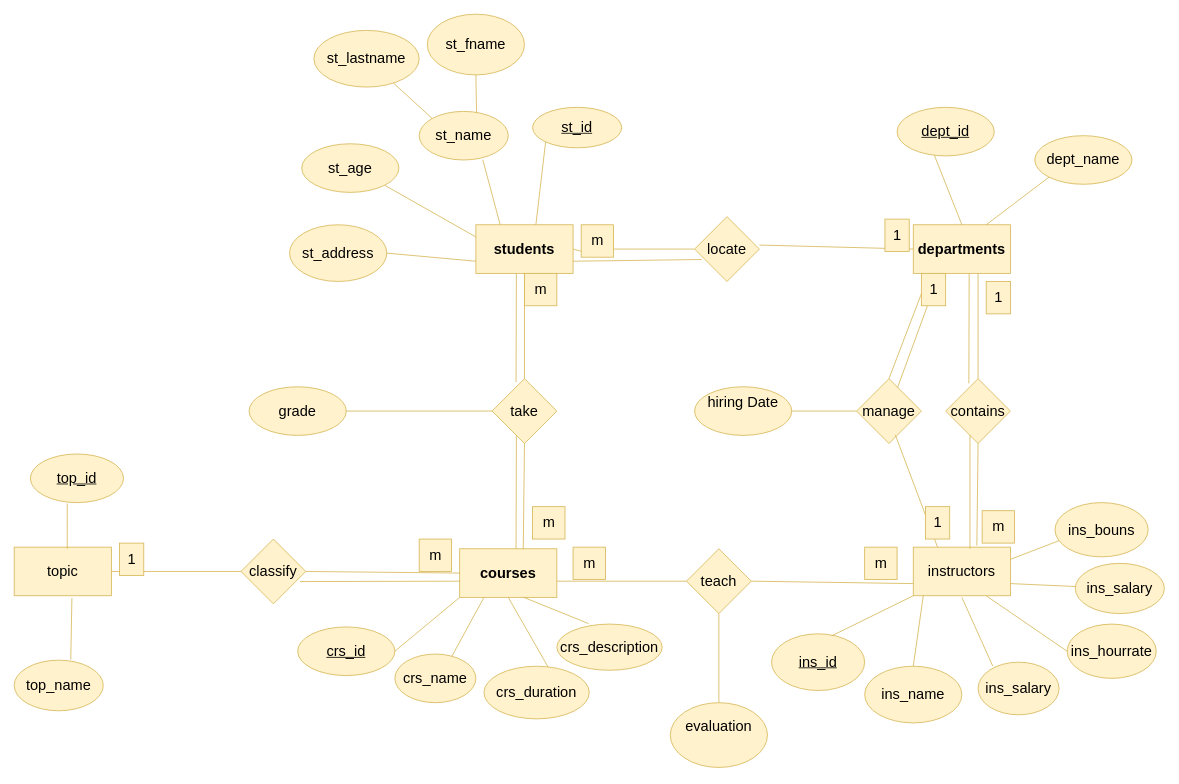
ArwaAlaa1/Back-End keeps this draw.io diagram as ITI/ITI.drawio. Above is the earlier version. Source tidied: cells renumbered, new cells numbered last; positions are measured from the earlier drawing's top-left corner, leaving out a move shared by most shapes. Both pictures are drawn from the tidied source at 81%, with x=0, y=0 at pixel (14, 14).
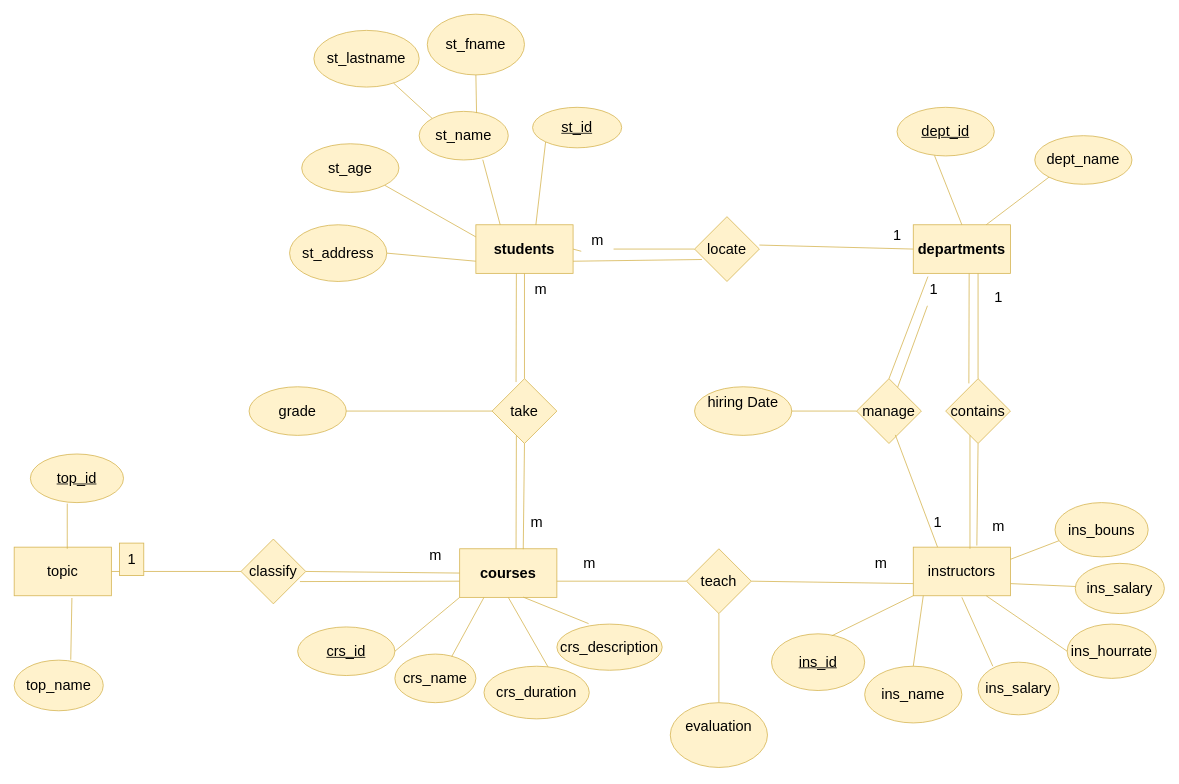
After the change.

Diff of the diagram source:
```diff
@@
-    <mxCell id="32" value="m" style="text;html=1;align=center;verticalAlign=middle;strokeColor=#d6b656;fillColor=#fff2cc;fontSize=18;" parent="1" vertex="1">
-      <mxGeometry x="640" y="608" width="40" height="40" as="geometry" />
+    <mxCell id="32" value="m" style="text;html=1;align=center;verticalAlign=middle;fontSize=18;" parent="1" vertex="1">
+      <mxGeometry x="625" y="608" width="40" height="40" as="geometry" />
     </mxCell>
-    <mxCell id="33" value="m" style="text;html=1;align=center;verticalAlign=middle;strokeColor=#d6b656;fillColor=#fff2cc;fontSize=18;" parent="1" vertex="1">
+    <mxCell id="33" value="m" style="text;html=1;align=center;verticalAlign=middle;fontSize=18;" parent="1" vertex="1">
       <mxGeometry x="630" y="320" width="40" height="40" as="geometry" />
     </mxCell>
@@
-    <mxCell id="52" value="m" style="text;html=1;align=center;verticalAlign=middle;strokeColor=#d6b656;fillColor=#fff2cc;fontSize=18;" parent="1" vertex="1">
+    <mxCell id="52" value="m" style="text;html=1;align=center;verticalAlign=middle;fontSize=18;" parent="1" vertex="1">
       <mxGeometry x="1195" y="613" width="40" height="40" as="geometry" />
     </mxCell>
-    <mxCell id="53" value="1" style="text;html=1;align=center;verticalAlign=middle;strokeColor=#d6b656;fillColor=#fff2cc;fontSize=18;" parent="1" vertex="1">
+    <mxCell id="53" value="1" style="text;html=1;align=center;verticalAlign=middle;fontSize=18;" parent="1" vertex="1">
       <mxGeometry x="1200" y="330" width="30" height="40" as="geometry" />
     </mxCell>
@@
-    <mxCell id="57" value="m" style="text;html=1;align=center;verticalAlign=middle;strokeColor=#d6b656;fillColor=#fff2cc;fontSize=18;" parent="1" vertex="1">
+    <mxCell id="57" value="m" style="text;html=1;align=center;verticalAlign=middle;fontSize=18;" parent="1" vertex="1">
       <mxGeometry x="690" y="658" width="40" height="40" as="geometry" />
     </mxCell>
-    <mxCell id="58" value="m" style="text;html=1;align=center;verticalAlign=middle;strokeColor=#d6b656;fillColor=#fff2cc;fontSize=18;direction=south;" parent="1" vertex="1">
+    <mxCell id="58" value="m" style="text;html=1;align=center;verticalAlign=middle;fontSize=18;direction=south;" parent="1" vertex="1">
       <mxGeometry x="1050" y="658" width="40" height="40" as="geometry" />
     </mxCell>
@@
-    <mxCell id="70" value="m" style="text;html=1;align=center;verticalAlign=middle;strokeColor=#d6b656;fillColor=#fff2cc;fontSize=18;" parent="1" vertex="1">
+    <mxCell id="70" value="m" style="text;html=1;align=center;verticalAlign=middle;fontSize=18;" parent="1" vertex="1">
       <mxGeometry x="500" y="648" width="40" height="40" as="geometry" />
     </mxCell>
@@
-    <mxCell id="75" value="1" style="text;html=1;align=center;verticalAlign=middle;strokeColor=#d6b656;fillColor=#fff2cc;fontSize=18;" parent="1" vertex="1">
+    <mxCell id="75" value="1" style="text;html=1;align=center;verticalAlign=middle;fontSize=18;" parent="1" vertex="1">
       <mxGeometry x="1125" y="608" width="30" height="40" as="geometry" />
     </mxCell>
@@
-    <mxCell id="81" value="1" style="text;html=1;align=center;verticalAlign=middle;strokeColor=#d6b656;fillColor=#fff2cc;fontSize=18;" parent="1" vertex="1">
+    <mxCell id="81" value="1" style="text;html=1;align=center;verticalAlign=middle;fontSize=18;" parent="1" vertex="1">
       <mxGeometry x="1075" y="253" width="30" height="40" as="geometry" />
     </mxCell>
@@
-    <mxCell id="89" value="1" style="text;html=1;align=center;verticalAlign=middle;points=[];strokeColor=#d6b656;fillColor=#fff2cc;fontSize=18;" parent="1" vertex="1">
+    <mxCell id="89" value="1" style="text;html=1;align=center;verticalAlign=middle;points=[];fontSize=18;" parent="1" vertex="1">
       <mxGeometry x="1120" y="320" width="30" height="40" as="geometry" />
     </mxCell>
@@
-    <mxCell id="91" value="m" style="text;html=1;align=center;verticalAlign=middle;points=[];strokeColor=#d6b656;fillColor=#fff2cc;fontSize=18;" parent="1" vertex="1">
+    <mxCell id="91" value="m" style="text;html=1;align=center;verticalAlign=middle;points=[];fontSize=18;" parent="1" vertex="1">
       <mxGeometry x="700" y="260" width="40" height="40" as="geometry" />
     </mxCell>
```
